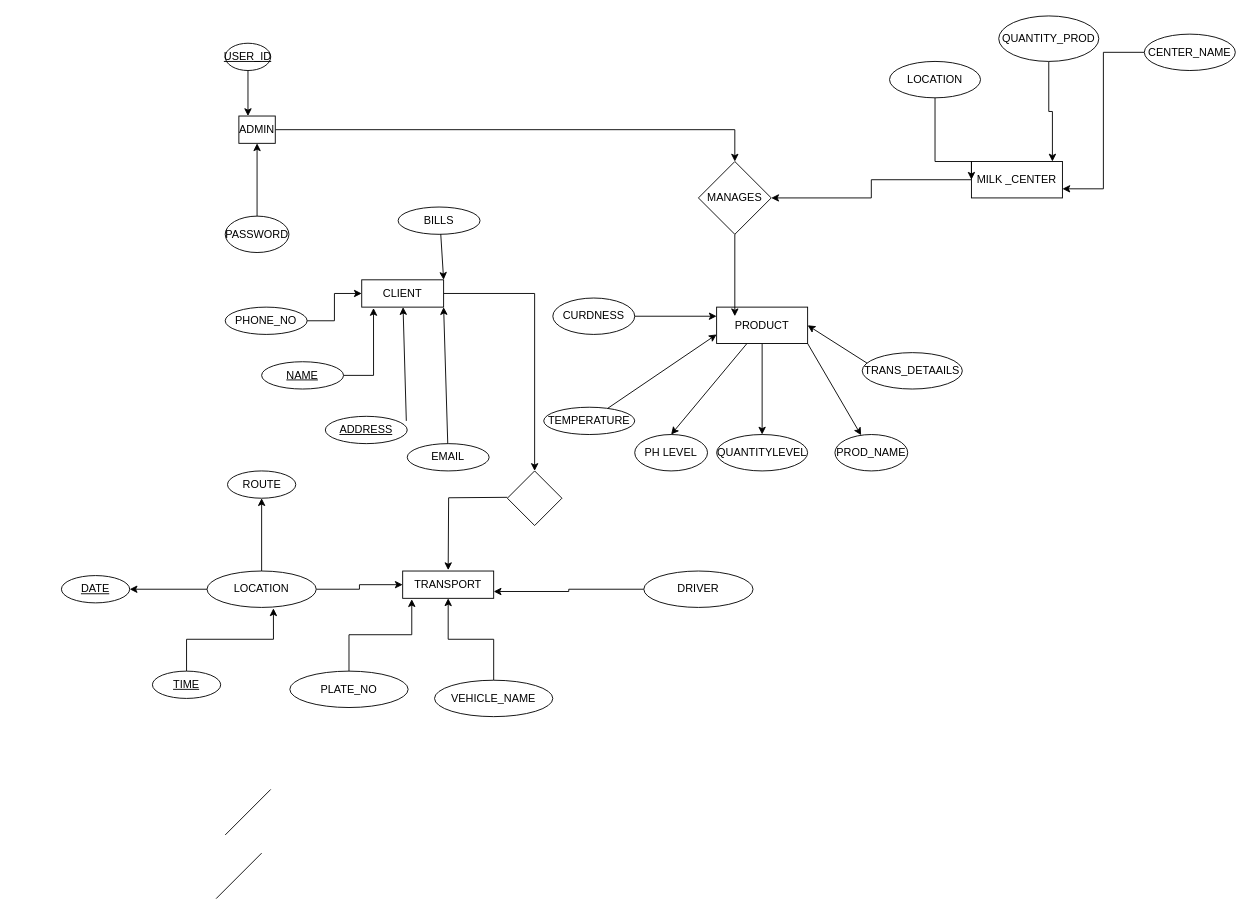
Earlier version of the draw.io diagram PACKAGETRACKING.drawio (ChapaCode/online-quiz). Source tidied: cells renumbered, new cells numbered last; positions are measured from the earlier drawing's top-left corner, leaving out a move shared by most shapes. Both pictures are drawn from the tidied source at 91%, with x=0, y=0 at pixel (61, 15).
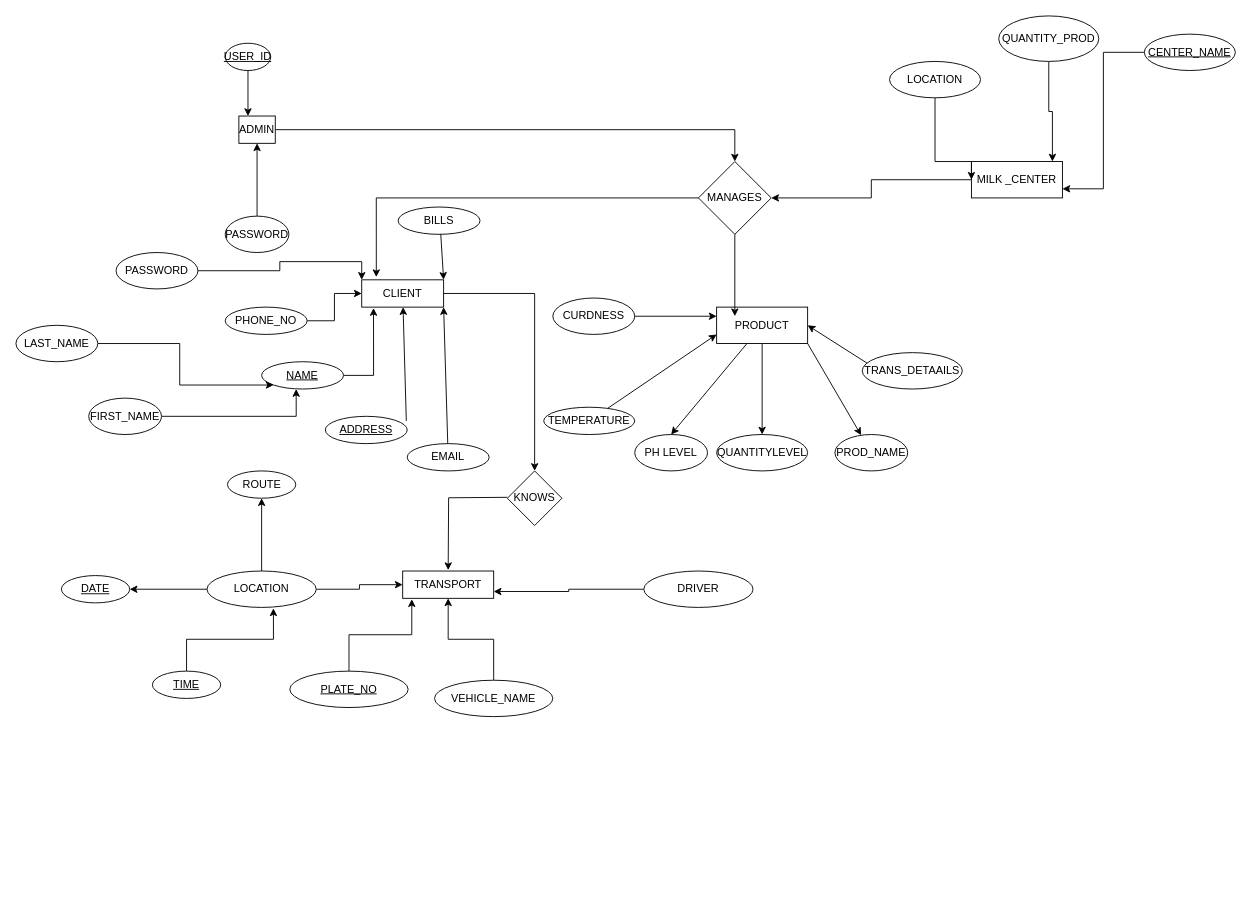
The same page after the edit.

Unchanged cells that the change refers to:
```xml
<mxCell id="9" value="CLIENT" style="rounded=0;whiteSpace=wrap;html=1;" parent="1" vertex="1">
  <mxGeometry x="330" y="290" width="90" height="30" as="geometry" />
</mxCell>
<mxCell id="13" value="&lt;u&gt;NAME&lt;/u&gt;" style="ellipse;whiteSpace=wrap;html=1;" parent="1" vertex="1">
  <mxGeometry x="220" y="380" width="90" height="30" as="geometry" />
</mxCell>
<mxCell id="35" value="MANAGES" style="rhombus;whiteSpace=wrap;html=1;" parent="1" vertex="1">
  <mxGeometry x="700" y="160" width="80" height="80" as="geometry" />
</mxCell>
```

The edit, as a diff of the source:
```diff
@@
-    <mxCell id="30" style="endArrow=none;html=1;" parent="1" edge="1">
-      <mxGeometry relative="1" as="geometry">
-        <mxPoint x="180" y="900" as="sourcePoint" />
-        <mxPoint x="230" y="850" as="targetPoint" />
-      </mxGeometry>
-    </mxCell>
@@
+    <mxCell id="62" style="edgeStyle=orthogonalEdgeStyle;rounded=0;jettySize=auto;html=1;entryX=0.178;entryY=-0.1;entryDx=0;entryDy=0;entryPerimeter=0;" parent="1" edge="1" source="35" target="9">
+      <mxGeometry relative="1" as="geometry">
+        <Array as="points">
+          <mxPoint x="346" y="200" />
+        </Array>
+      </mxGeometry>
+    </mxCell>
@@
-    <mxCell id="41" value="CENTER_NAME" style="ellipse;whiteSpace=wrap;html=1;" parent="1" vertex="1">
+    <mxCell id="41" value="&lt;u&gt;CENTER_NAME&lt;/u&gt;" style="ellipse;whiteSpace=wrap;html=1;" parent="1" vertex="1">
       <mxGeometry x="1190" y="20" width="100" height="40" as="geometry" />
     </mxCell>
@@
-    <mxCell id="49" value="PLATE_NO" style="ellipse;whiteSpace=wrap;html=1;" parent="1" vertex="1">
+    <mxCell id="49" value="&lt;u&gt;PLATE_NO&lt;/u&gt;" style="ellipse;whiteSpace=wrap;html=1;" parent="1" vertex="1">
       <mxGeometry x="251" y="720" width="130" height="40" as="geometry" />
     </mxCell>
@@
-    <mxCell id="55" style="endArrow=none;html=1;" parent="1" edge="1">
-      <mxGeometry relative="1" as="geometry">
-        <mxPoint x="170" y="970" as="sourcePoint" />
-        <mxPoint x="220" y="920" as="targetPoint" />
-      </mxGeometry>
-    </mxCell>
@@
-    <mxCell id="61" style="rhombus;whiteSpace=wrap;html=1;" parent="1" vertex="1">
+    <mxCell id="61" value="KNOWS" style="rhombus;whiteSpace=wrap;html=1;" parent="1" vertex="1">
       <mxGeometry x="490" y="500" width="60" height="60" as="geometry" />
     </mxCell>
+    <mxCell id="63" style="edgeStyle=orthogonalEdgeStyle;rounded=0;jettySize=auto;html=1;entryX=0;entryY=0;entryDx=0;entryDy=0;" parent="1" edge="1" source="64" target="9">
+      <mxGeometry relative="1" as="geometry" />
+    </mxCell>
+    <mxCell id="64" value="PASSWORD" style="ellipse;whiteSpace=wrap;html=1;" parent="1" vertex="1">
+      <mxGeometry x="60" y="260" width="90" height="40" as="geometry" />
+    </mxCell>
+    <mxCell id="65" style="edgeStyle=orthogonalEdgeStyle;rounded=0;jettySize=auto;html=1;entryX=0;entryY=1;entryDx=0;entryDy=0;" parent="1" edge="1" source="66" target="13">
+      <mxGeometry relative="1" as="geometry" />
+    </mxCell>
+    <mxCell id="66" value="LAST_NAME" style="ellipse;whiteSpace=wrap;html=1;" parent="1" vertex="1">
+      <mxGeometry x="-50" y="340" width="90" height="40" as="geometry" />
+    </mxCell>
+    <mxCell id="67" style="edgeStyle=orthogonalEdgeStyle;rounded=0;jettySize=auto;html=1;entryX=0.422;entryY=1;entryDx=0;entryDy=0;entryPerimeter=0;" parent="1" edge="1" source="68" target="13">
+      <mxGeometry relative="1" as="geometry" />
+    </mxCell>
+    <mxCell id="68" value="FIRST_NAME" style="ellipse;whiteSpace=wrap;html=1;" parent="1" vertex="1">
+      <mxGeometry x="30" y="420" width="80" height="40" as="geometry" />
+    </mxCell>
```
